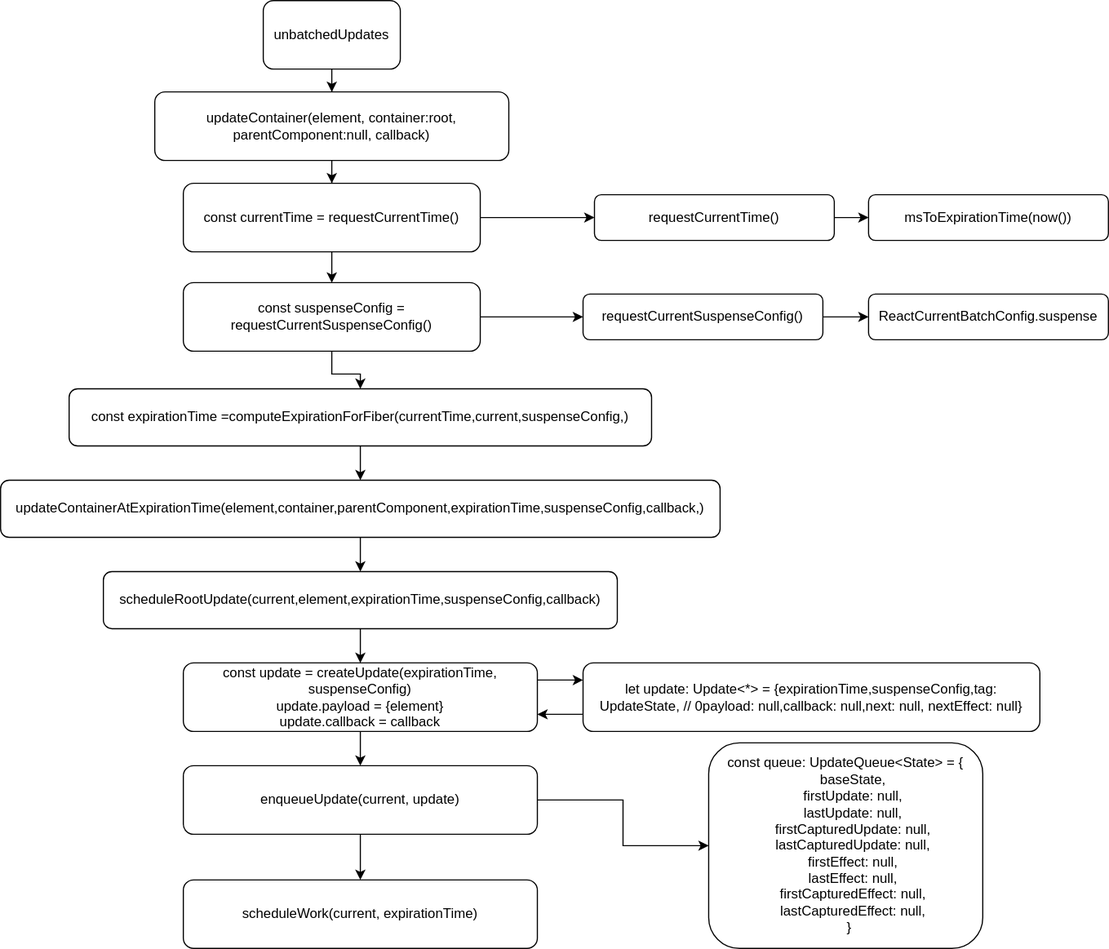
Above: react16.10/图片/updateContainer.svg in gwtjs/read-code (draw.io), before the change. Source tidied: cells renumbered, new cells last; positions are measured from the earlier drawing's top-left corner, leaving out a move shared by most shapes.
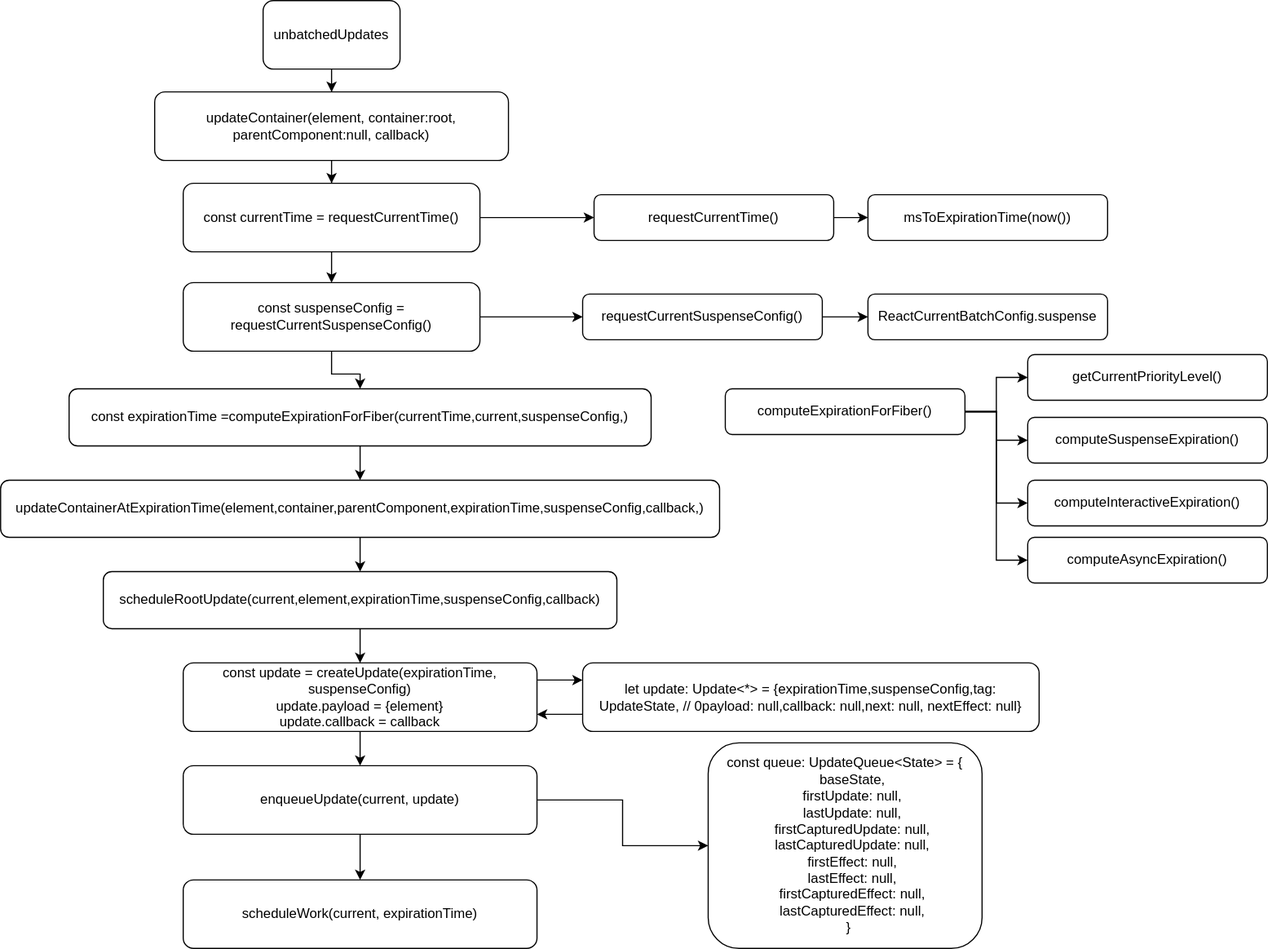
Above is the later version.

What changed in the source:
```diff
@@ -98,5 +98,32 @@
     <mxCell id="33" value="ReactCurrentBatchConfig.suspense" style="rounded=1;whiteSpace=wrap;html=1;" parent="1" vertex="1">
       <mxGeometry x="760" y="257" width="210" height="40" as="geometry" />
     </mxCell>
+    <mxCell id="34" style="edgeStyle=orthogonalEdgeStyle;rounded=0;jettySize=auto;html=1;" parent="1" edge="1" source="38" target="39">
+      <mxGeometry relative="1" as="geometry" />
+    </mxCell>
+    <mxCell id="35" style="edgeStyle=orthogonalEdgeStyle;rounded=0;jettySize=auto;html=1;exitX=1;exitY=0.5;exitDx=0;exitDy=0;" parent="1" edge="1" source="38" target="40">
+      <mxGeometry relative="1" as="geometry" />
+    </mxCell>
+    <mxCell id="36" style="edgeStyle=orthogonalEdgeStyle;rounded=0;jettySize=auto;html=1;exitX=1;exitY=0.5;exitDx=0;exitDy=0;entryX=0;entryY=0.5;entryDx=0;entryDy=0;" parent="1" edge="1" source="38" target="41">
+      <mxGeometry relative="1" as="geometry" />
+    </mxCell>
+    <mxCell id="37" style="edgeStyle=orthogonalEdgeStyle;rounded=0;jettySize=auto;html=1;exitX=1;exitY=0.5;exitDx=0;exitDy=0;entryX=0;entryY=0.5;entryDx=0;entryDy=0;" parent="1" edge="1" source="38" target="42">
+      <mxGeometry relative="1" as="geometry" />
+    </mxCell>
+    <mxCell id="38" value="computeExpirationForFiber()" style="rounded=1;whiteSpace=wrap;html=1;" parent="1" vertex="1">
+      <mxGeometry x="635" y="340" width="210" height="40" as="geometry" />
+    </mxCell>
+    <mxCell id="39" value="getCurrentPriorityLevel()" style="rounded=1;whiteSpace=wrap;html=1;" parent="1" vertex="1">
+      <mxGeometry x="900" y="310" width="210" height="40" as="geometry" />
+    </mxCell>
+    <mxCell id="40" value="computeSuspenseExpiration()" style="rounded=1;whiteSpace=wrap;html=1;" parent="1" vertex="1">
+      <mxGeometry x="900" y="365" width="210" height="40" as="geometry" />
+    </mxCell>
+    <mxCell id="41" value="computeInteractiveExpiration()" style="rounded=1;whiteSpace=wrap;html=1;" parent="1" vertex="1">
+      <mxGeometry x="900" y="420" width="210" height="40" as="geometry" />
+    </mxCell>
+    <mxCell id="42" value="computeAsyncExpiration()" style="rounded=1;whiteSpace=wrap;html=1;" parent="1" vertex="1">
+      <mxGeometry x="900" y="470" width="210" height="40" as="geometry" />
+    </mxCell>
   </root>
 </mxGraphModel>
```
